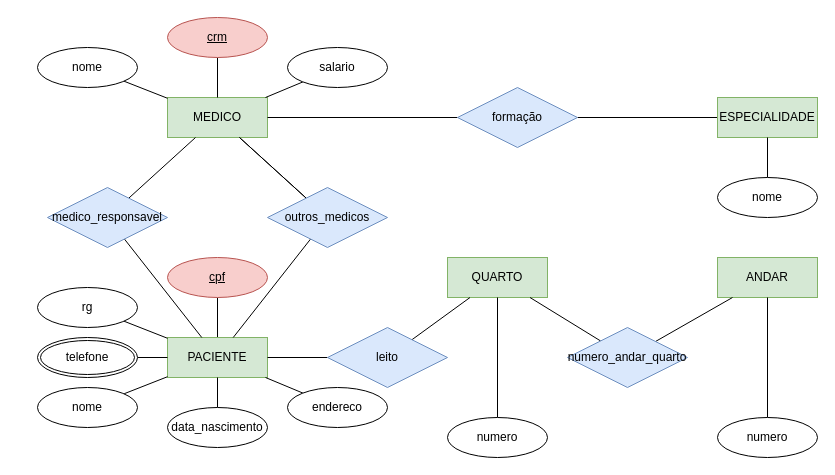
This is ac1-minimundo-clinica.drawio from AristoEinstein/db-fundamentals, a draw.io file, before an edit. Source tidied: cells renumbered, new cells numbered last; positions are measured from the earlier drawing's top-left corner, leaving out a move shared by most shapes. Both pictures are drawn from the tidied source at 100%, with x=0, y=0 at pixel (37, 17).
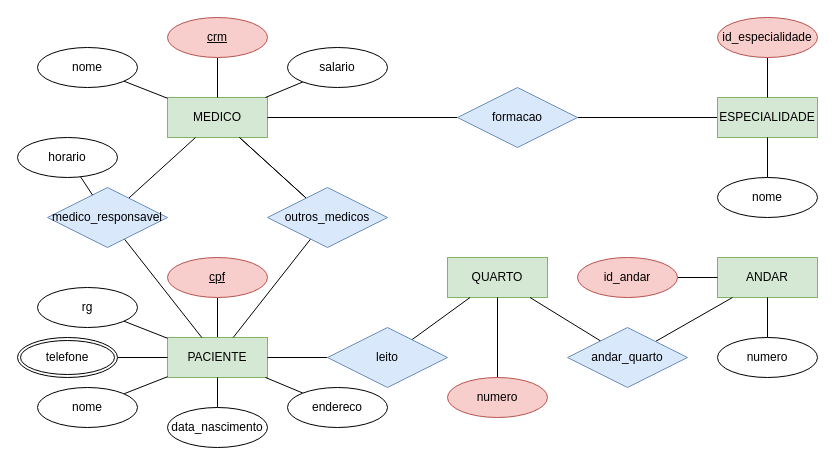
After the change.

Unchanged cells that the change refers to:
```xml
<mxCell id="20" value="ESPECIALIDADE" style="whiteSpace=wrap;html=1;align=center;fillColor=#d5e8d4;strokeColor=#82b366;" parent="1" vertex="1">
  <mxGeometry x="680" y="80" width="100" height="40" as="geometry" />
</mxCell>
<mxCell id="28" value="medico_responsavel" style="shape=rhombus;perimeter=rhombusPerimeter;whiteSpace=wrap;html=1;align=center;fillColor=#dae8fc;strokeColor=#6c8ebf;" parent="1" vertex="1">
  <mxGeometry x="10" y="170" width="120" height="60" as="geometry" />
</mxCell>
<mxCell id="33" value="ANDAR" style="whiteSpace=wrap;html=1;align=center;fillColor=#d5e8d4;strokeColor=#82b366;" parent="1" vertex="1">
  <mxGeometry x="680" y="240" width="100" height="40" as="geometry" />
</mxCell>
```

Change to the diagram source:
```diff
@@
-    <mxCell id="25" value="formação" style="shape=rhombus;perimeter=rhombusPerimeter;whiteSpace=wrap;html=1;align=center;fillColor=#dae8fc;strokeColor=#6c8ebf;" parent="1" vertex="1">
+    <mxCell id="25" value="formacao" style="shape=rhombus;perimeter=rhombusPerimeter;whiteSpace=wrap;html=1;align=center;fillColor=#dae8fc;strokeColor=#6c8ebf;" parent="1" vertex="1">
       <mxGeometry x="420" y="70" width="120" height="60" as="geometry" />
     </mxCell>
@@
-    <mxCell id="32" value="numero" style="ellipse;whiteSpace=wrap;html=1;align=center;" parent="1" vertex="1">
-      <mxGeometry x="410" y="400" width="100" height="40" as="geometry" />
+    <mxCell id="32" value="numero" style="ellipse;whiteSpace=wrap;html=1;align=center;fillColor=#f8cecc;strokeColor=#b85450;" parent="1" vertex="1">
+      <mxGeometry x="410" y="360" width="100" height="40" as="geometry" />
     </mxCell>
@@
-    <mxCell id="36" value="numero_andar_quarto" style="shape=rhombus;perimeter=rhombusPerimeter;whiteSpace=wrap;html=1;align=center;fillColor=#dae8fc;strokeColor=#6c8ebf;" parent="1" vertex="1">
+    <mxCell id="36" value="andar_quarto" style="shape=rhombus;perimeter=rhombusPerimeter;whiteSpace=wrap;html=1;align=center;fillColor=#dae8fc;strokeColor=#6c8ebf;" parent="1" vertex="1">
       <mxGeometry x="530" y="310" width="120" height="60" as="geometry" />
     </mxCell>
@@
-    <mxCell id="38" value="numero" style="ellipse;whiteSpace=wrap;html=1;align=center;" parent="1" vertex="1">
-      <mxGeometry x="680" y="400" width="100" height="40" as="geometry" />
+    <mxCell id="38" value="id_andar" style="ellipse;whiteSpace=wrap;html=1;align=center;fillColor=#f8cecc;strokeColor=#b85450;" parent="1" vertex="1">
+      <mxGeometry x="540" y="240" width="100" height="40" as="geometry" />
     </mxCell>
@@
     <mxCell id="47" value="telefone" style="ellipse;shape=doubleEllipse;margin=3;whiteSpace=wrap;html=1;align=center;" parent="1" vertex="1">
-      <mxGeometry y="320" width="100" height="40" as="geometry" />
+      <mxGeometry x="-20" y="320" width="100" height="40" as="geometry" />
     </mxCell>
+    <mxCell id="48" style="edgeStyle=orthogonalEdgeStyle;rounded=0;jettySize=auto;html=1;endArrow=none;endFill=0;" parent="1" edge="1" source="49" target="20">
+      <mxGeometry relative="1" as="geometry" />
+    </mxCell>
+    <mxCell id="49" value="id_especialidade" style="ellipse;whiteSpace=wrap;html=1;align=center;fillColor=#f8cecc;strokeColor=#b85450;" parent="1" vertex="1">
+      <mxGeometry x="680" width="100" height="40" as="geometry" />
+    </mxCell>
+    <mxCell id="50" style="edgeStyle=orthogonalEdgeStyle;rounded=0;jettySize=auto;html=1;endArrow=none;endFill=0;" parent="1" edge="1" source="51" target="33">
+      <mxGeometry relative="1" as="geometry" />
+    </mxCell>
+    <mxCell id="51" value="numero" style="ellipse;whiteSpace=wrap;html=1;align=center;" parent="1" vertex="1">
+      <mxGeometry x="680" y="320" width="100" height="40" as="geometry" />
+    </mxCell>
+    <mxCell id="52" style="rounded=0;jettySize=auto;html=1;endArrow=none;endFill=0;" parent="1" edge="1" source="53" target="28">
+      <mxGeometry relative="1" as="geometry" />
+    </mxCell>
+    <mxCell id="53" value="horario" style="ellipse;whiteSpace=wrap;html=1;align=center;" parent="1" vertex="1">
+      <mxGeometry x="-20" y="120" width="100" height="40" as="geometry" />
+    </mxCell>
```
